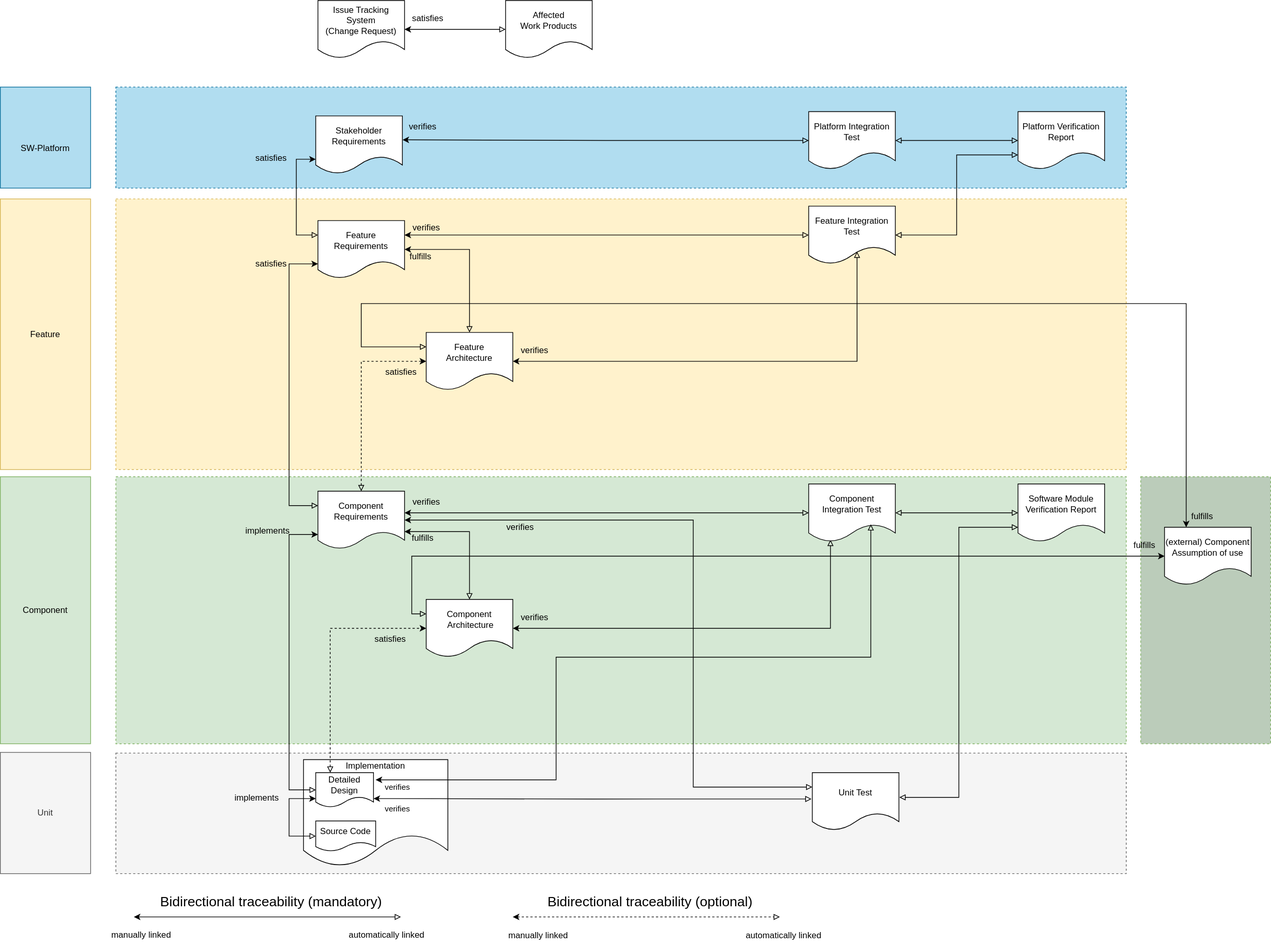
This is main/_images/score_traceability_model_wp_overview.drawio.svg from eclipse-score/process_description, a draw.io export, as it was before one commit. Source tidied: cells renumbered, new cells last; positions are measured from the earlier drawing's top-left corner, leaving out a move shared by most shapes.
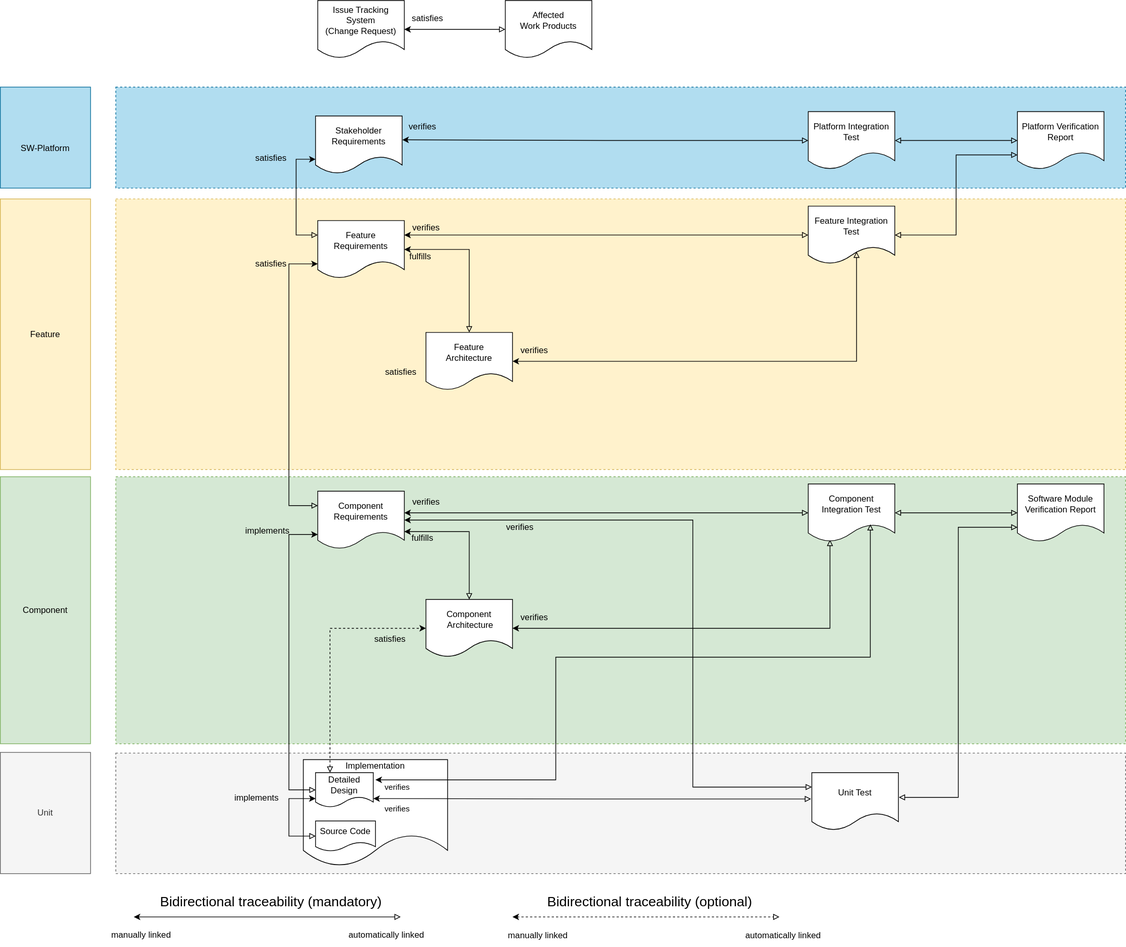
After the change.

What changed in the source:
```diff
@@ -53,11 +53,6 @@
         </Array>
       </mxGeometry>
     </mxCell>
-    <mxCell id="14" style="edgeStyle=orthogonalEdgeStyle;rounded=0;jettySize=auto;html=1;entryX=0;entryY=0.5;entryDx=0;entryDy=0;exitX=0.5;exitY=0;exitDx=0;exitDy=0;startArrow=block;startFill=0;dashed=1;" parent="1" edge="1" source="12" target="26">
-      <mxGeometry x="0.48" y="20" relative="1" as="geometry">
-        <mxPoint y="-3" as="offset" />
-      </mxGeometry>
-    </mxCell>
     <mxCell id="15" style="edgeStyle=orthogonalEdgeStyle;rounded=0;jettySize=auto;html=1;startArrow=classic;startFill=1;endArrow=block;endFill=0;entryX=0.251;entryY=0.967;entryDx=0;entryDy=0;entryPerimeter=0;" parent="1" edge="1" source="16" target="21">
       <mxGeometry relative="1" as="geometry" />
     </mxCell>
@@ -143,29 +138,6 @@
     <mxCell id="37" value="Software Module Verification Report" style="shape=document;whiteSpace=wrap;html=1;boundedLbl=1;" parent="1" vertex="1">
       <mxGeometry x="1410" y="670" width="120" height="80" as="geometry" />
     </mxCell>
-    <mxCell id="38" style="rounded=0;whiteSpace=wrap;html=1;dashed=1;fillColor=#BBCCBA;strokeColor=#82b366;" parent="1" vertex="1">
-      <mxGeometry x="1580" y="660" width="180" height="370" as="geometry" />
-    </mxCell>
-    <mxCell id="39" style="edgeStyle=orthogonalEdgeStyle;rounded=0;jettySize=auto;html=1;entryX=0;entryY=0.25;entryDx=0;entryDy=0;startArrow=classic;startFill=1;endArrow=block;endFill=0;" parent="1" edge="1" source="41" target="16">
-      <mxGeometry relative="1" as="geometry">
-        <Array as="points">
-          <mxPoint x="570" y="770" />
-          <mxPoint x="570" y="850" />
-        </Array>
-      </mxGeometry>
-    </mxCell>
-    <mxCell id="40" style="edgeStyle=orthogonalEdgeStyle;rounded=0;jettySize=auto;html=1;entryX=0;entryY=0.25;entryDx=0;entryDy=0;startArrow=classic;startFill=1;exitX=0.25;exitY=0;exitDx=0;exitDy=0;endArrow=block;endFill=0;" parent="1" edge="1" source="41" target="26">
-      <mxGeometry relative="1" as="geometry">
-        <Array as="points">
-          <mxPoint x="1643" y="420" />
-          <mxPoint x="500" y="420" />
-          <mxPoint x="500" y="480" />
-        </Array>
-      </mxGeometry>
-    </mxCell>
-    <mxCell id="41" value="(external) Component Assumption of use" style="shape=document;whiteSpace=wrap;html=1;boundedLbl=1;" parent="1" vertex="1">
-      <mxGeometry x="1613" y="730" width="120" height="80" as="geometry" />
-    </mxCell>
     <mxCell id="42" style="edgeStyle=orthogonalEdgeStyle;rounded=0;orthogonalLoop=1;jettySize=auto;html=1;startArrow=classic;startFill=1;endArrow=block;endFill=0;" parent="1" edge="1">
       <mxGeometry x="0.38" y="5" relative="1" as="geometry">
         <mxPoint x="185" y="1270" as="sourcePoint" />
@@ -264,12 +236,6 @@
     <mxCell id="65" value="fulfills" style="text;html=1;align=center;verticalAlign=middle;strokeColor=none;fillColor=none;" parent="1" vertex="1">
       <mxGeometry x="560" y="730" width="50" height="30" as="geometry" />
     </mxCell>
-    <mxCell id="66" value="fulfills" style="text;html=1;align=center;verticalAlign=middle;strokeColor=none;fillColor=none;" parent="1" vertex="1">
-      <mxGeometry x="1560" y="740" width="50" height="30" as="geometry" />
-    </mxCell>
-    <mxCell id="67" value="fulfills" style="text;html=1;align=center;verticalAlign=middle;strokeColor=none;fillColor=none;" parent="1" vertex="1">
-      <mxGeometry x="1640" y="700" width="50" height="30" as="geometry" />
-    </mxCell>
     <mxCell id="68" value="satisfies" style="text;html=1;align=center;verticalAlign=middle;strokeColor=none;fillColor=none;" parent="1" vertex="1">
       <mxGeometry x="557" y="10" width="70" height="30" as="geometry" />
     </mxCell>
```
